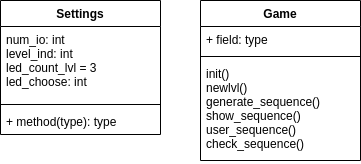
The draw.io diagram Class diagram.drawio.png in Flaviu123/LED_MindGame, before a commit. Source tidied: cells renumbered, new cells last; positions are measured from the earlier drawing's top-left corner, leaving out a move shared by most shapes.
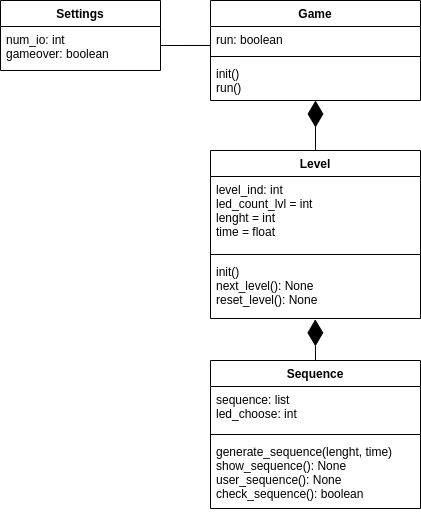
The same diagram one commit later.

Commit message:
Corrections of class diagramm

Diff of the diagram source:
```diff
@@ -3,28 +3,57 @@
     <mxCell id="0" />
     <mxCell id="1" parent="0" />
     <mxCell id="2" value="Settings" style="swimlane;fontStyle=1;align=center;verticalAlign=top;horizontal=1;startSize=26;" parent="1" vertex="1">
-      <mxGeometry width="160" height="134" as="geometry" />
+      <mxGeometry x="-10" width="160" height="70" as="geometry" />
     </mxCell>
-    <mxCell id="3" value="num_io: int&#10;level_ind: int&#10;led_count_lvl = 3&#10;led_choose: int&#10;" style="text;strokeColor=none;fillColor=none;align=left;verticalAlign=top;spacingLeft=4;spacingRight=4;overflow=hidden;" parent="2" vertex="1">
-      <mxGeometry y="26" width="160" height="74" as="geometry" />
+    <mxCell id="3" value="num_io: int&#10;gameover: boolean" style="text;strokeColor=none;fillColor=none;align=left;verticalAlign=top;spacingLeft=4;spacingRight=4;overflow=hidden;" parent="2" vertex="1">
+      <mxGeometry y="26" width="160" height="44" as="geometry" />
     </mxCell>
-    <mxCell id="4" style="line;strokeWidth=1;fillColor=none;align=left;verticalAlign=middle;spacingTop=-1;spacingLeft=3;spacingRight=3;labelPosition=right;" parent="2" vertex="1">
-      <mxGeometry y="100" width="160" height="8" as="geometry" />
-    </mxCell>
-    <mxCell id="5" value="+ method(type): type" style="text;strokeColor=none;fillColor=none;align=left;verticalAlign=top;spacingLeft=4;spacingRight=4;overflow=hidden;" parent="2" vertex="1">
-      <mxGeometry y="108" width="160" height="26" as="geometry" />
-    </mxCell>
     <mxCell id="6" value="Game" style="swimlane;fontStyle=1;align=center;verticalAlign=top;horizontal=1;startSize=26;" parent="1" vertex="1">
-      <mxGeometry x="200" width="160" height="160" as="geometry" />
+      <mxGeometry x="200" width="210" height="100" as="geometry" />
     </mxCell>
-    <mxCell id="7" value="+ field: type" style="text;strokeColor=none;fillColor=none;align=left;verticalAlign=top;spacingLeft=4;spacingRight=4;overflow=hidden;points=[[0,0.5],[1,0.5]];portConstraint=eastwest;" parent="6" vertex="1">
-      <mxGeometry y="26" width="160" height="26" as="geometry" />
+    <mxCell id="7" value="run: boolean" style="text;strokeColor=none;fillColor=none;align=left;verticalAlign=top;spacingLeft=4;spacingRight=4;overflow=hidden;points=[[0,0.5],[1,0.5]];portConstraint=eastwest;" parent="6" vertex="1">
+      <mxGeometry y="26" width="210" height="26" as="geometry" />
     </mxCell>
     <mxCell id="8" style="line;strokeWidth=1;fillColor=none;align=left;verticalAlign=middle;spacingTop=-1;spacingLeft=3;spacingRight=3;labelPosition=right;" parent="6" vertex="1">
-      <mxGeometry y="52" width="160" height="8" as="geometry" />
+      <mxGeometry y="52" width="210" height="8" as="geometry" />
     </mxCell>
-    <mxCell id="9" value="init()&#10;newlvl()&#10;generate_sequence()&#10;show_sequence()&#10;user_sequence()&#10;check_sequence()" style="text;strokeColor=none;fillColor=none;align=left;verticalAlign=top;spacingLeft=4;spacingRight=4;overflow=hidden;points=[[0,0.5],[1,0.5]];portConstraint=eastwest;" parent="6" vertex="1">
-      <mxGeometry y="60" width="160" height="100" as="geometry" />
+    <mxCell id="9" value="init()&#10;run()&#10;" style="text;strokeColor=none;fillColor=none;align=left;verticalAlign=top;spacingLeft=4;spacingRight=4;overflow=hidden;points=[[0,0.5],[1,0.5]];portConstraint=eastwest;" parent="6" vertex="1">
+      <mxGeometry y="60" width="210" height="40" as="geometry" />
     </mxCell>
+    <mxCell id="10" value="Sequence" style="swimlane;fontStyle=1;align=center;verticalAlign=top;horizontal=1;startSize=26;" parent="1" vertex="1">
+      <mxGeometry x="200" y="360" width="210" height="148" as="geometry" />
+    </mxCell>
+    <mxCell id="11" value="sequence: list&#10;led_choose: int&#10;" style="text;strokeColor=none;fillColor=none;align=left;verticalAlign=top;spacingLeft=4;spacingRight=4;overflow=hidden;" parent="10" vertex="1">
+      <mxGeometry y="26" width="210" height="44" as="geometry" />
+    </mxCell>
+    <mxCell id="12" style="line;strokeWidth=1;fillColor=none;align=left;verticalAlign=middle;spacingTop=-1;spacingLeft=3;spacingRight=3;labelPosition=right;" parent="10" vertex="1">
+      <mxGeometry y="70" width="210" height="8" as="geometry" />
+    </mxCell>
+    <mxCell id="13" value="generate_sequence(lenght, time)&#10;show_sequence(): None&#10;user_sequence(): None&#10;check_sequence(): boolean" style="text;strokeColor=none;fillColor=none;align=left;verticalAlign=top;spacingLeft=4;spacingRight=4;overflow=hidden;" parent="10" vertex="1">
+      <mxGeometry y="78" width="210" height="70" as="geometry" />
+    </mxCell>
+    <mxCell id="14" style="endArrow=diamondThin;endFill=1;endSize=24;html=1;rounded=0;exitX=0.5;exitY=0;exitDx=0;exitDy=0;entryX=0.499;entryY=1.014;entryDx=0;entryDy=0;entryPerimeter=0;" parent="1" edge="1" source="10" target="18">
+      <mxGeometry relative="1" as="geometry" />
+    </mxCell>
+    <mxCell id="15" value="Level" style="swimlane;fontStyle=1;align=center;verticalAlign=top;horizontal=1;startSize=26;" parent="1" vertex="1">
+      <mxGeometry x="200" y="150" width="210" height="168" as="geometry" />
+    </mxCell>
+    <mxCell id="16" value="level_ind: int&#10;led_count_lvl = int&#10;lenght = int&#10;time = float" style="text;strokeColor=none;fillColor=none;align=left;verticalAlign=top;spacingLeft=4;spacingRight=4;overflow=hidden;" parent="15" vertex="1">
+      <mxGeometry y="26" width="210" height="74" as="geometry" />
+    </mxCell>
+    <mxCell id="17" style="line;strokeWidth=1;fillColor=none;align=left;verticalAlign=middle;spacingTop=-1;spacingLeft=3;spacingRight=3;labelPosition=right;" parent="15" vertex="1">
+      <mxGeometry y="100" width="210" height="8" as="geometry" />
+    </mxCell>
+    <mxCell id="18" value="init()&#10;next_level(): None&#10;reset_level(): None" style="text;strokeColor=none;fillColor=none;align=left;verticalAlign=top;spacingLeft=4;spacingRight=4;overflow=hidden;points=[[0,0.5],[1,0.5]];portConstraint=eastwest;" parent="15" vertex="1">
+      <mxGeometry y="108" width="210" height="60" as="geometry" />
+    </mxCell>
+    <mxCell id="19" style="endArrow=diamondThin;endFill=1;endSize=24;html=1;rounded=0;entryX=0.5;entryY=1;entryDx=0;entryDy=0;entryPerimeter=0;exitX=0.5;exitY=0;exitDx=0;exitDy=0;" parent="1" edge="1" source="15" target="9">
+      <mxGeometry relative="1" as="geometry" />
+    </mxCell>
+    <mxCell id="20" style="endArrow=none;html=1;rounded=0;exitX=0;exitY=0.731;exitDx=0;exitDy=0;exitPerimeter=0;" parent="1" edge="1" source="7">
+      <mxGeometry relative="1" as="geometry">
+        <mxPoint x="150" y="45" as="targetPoint" />
+      </mxGeometry>
+    </mxCell>
   </root>
 </mxGraphModel>
```
